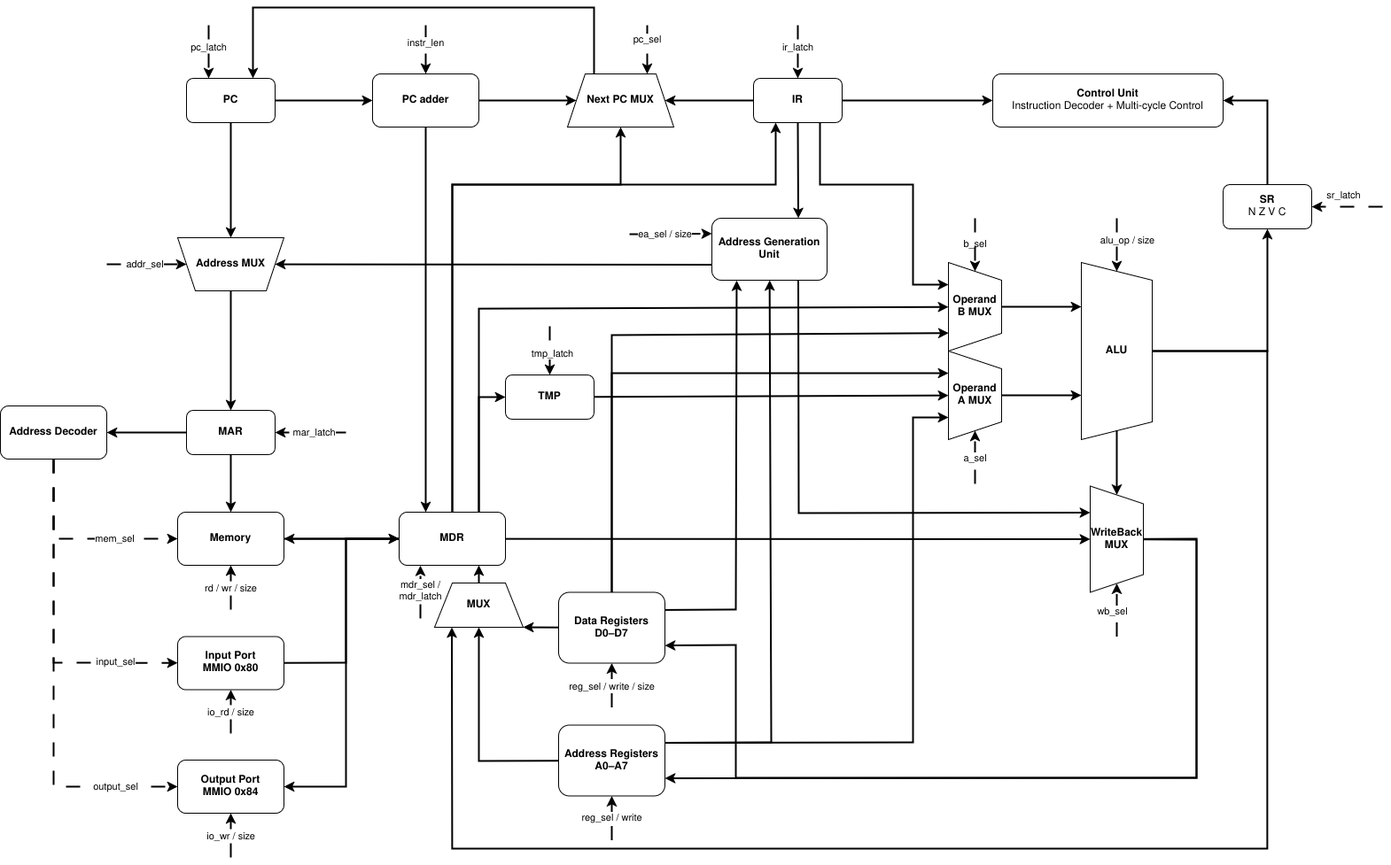
Earlier version of the draw.io export M68k.png (barmichevg/csa3-schema). Source tidied: cells renumbered, new cells last; positions are measured from the earlier drawing's top-left corner, leaving out a move shared by most shapes.
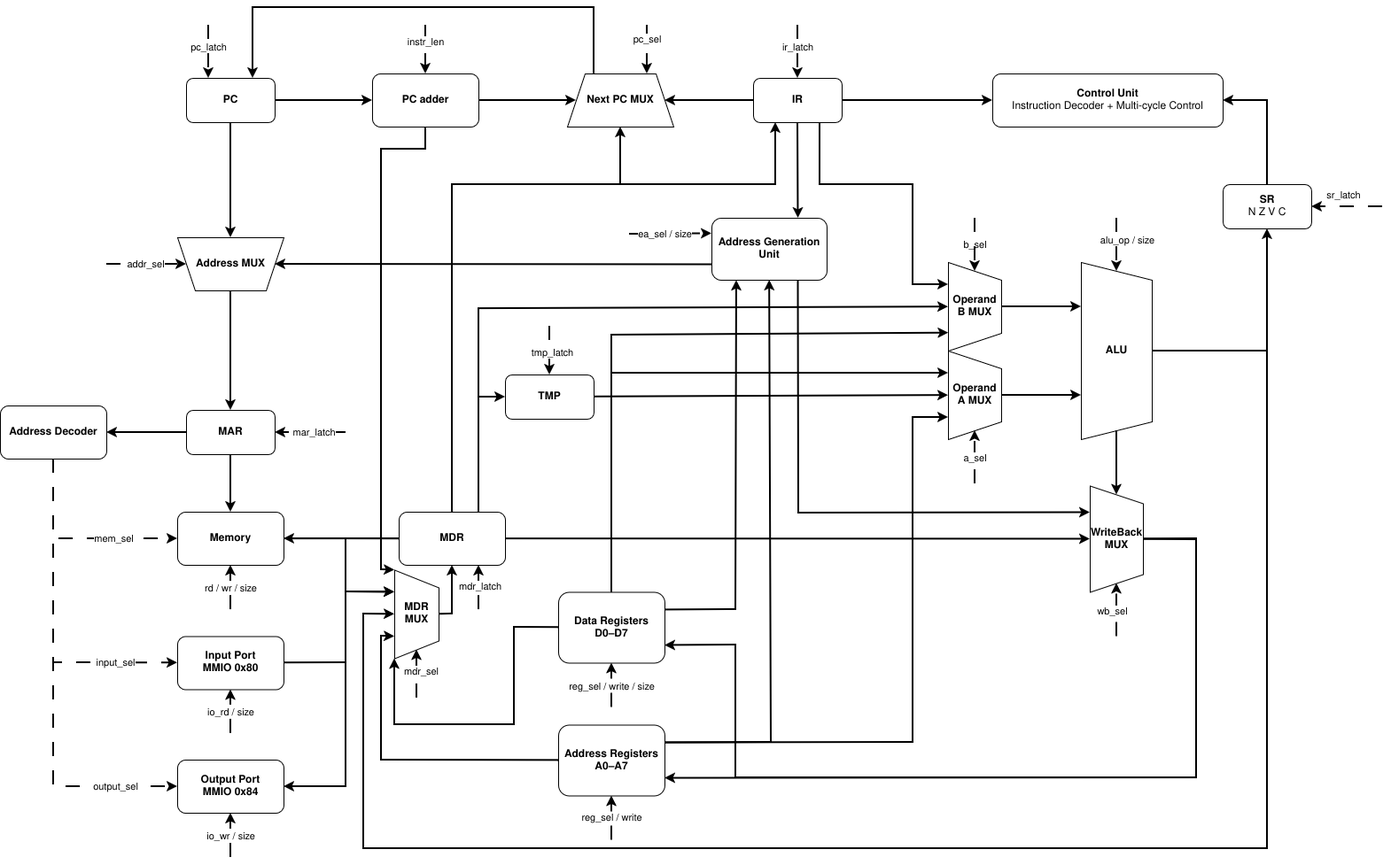
After the change.

The edit, as a diff of the source:
```diff
@@ -162,8 +162,14 @@
     <mxCell id="42" style="jettySize=auto;html=1;rounded=0;endArrow=classic;strokeWidth=2;labelBackgroundColor=none;fontColor=default;" parent="1" edge="1" source="3" target="7">
       <mxGeometry relative="1" as="geometry" />
     </mxCell>
-    <mxCell id="43" style="jettySize=auto;html=1;rounded=0;endArrow=classic;strokeWidth=2;labelBackgroundColor=none;fontColor=default;entryX=0.25;entryY=0;entryDx=0;entryDy=0;exitX=0.5;exitY=1;exitDx=0;exitDy=0;" parent="1" edge="1" source="4" target="13">
-      <mxGeometry relative="1" as="geometry" />
+    <mxCell id="43" style="jettySize=auto;html=1;rounded=0;endArrow=classic;strokeWidth=2;labelBackgroundColor=none;fontColor=default;exitX=0.5;exitY=1;exitDx=0;exitDy=0;entryX=0;entryY=1;entryDx=0;entryDy=0;" parent="1" edge="1" source="4" target="106">
+      <mxGeometry relative="1" as="geometry">
+        <Array as="points">
+          <mxPoint x="480" y="160" />
+          <mxPoint x="430" y="160" />
+          <mxPoint x="430" y="635" />
+        </Array>
+      </mxGeometry>
     </mxCell>
     <mxCell id="44" style="jettySize=auto;html=1;rounded=0;endArrow=classic;strokeWidth=2;labelBackgroundColor=none;fontColor=default;entryX=0.5;entryY=1;entryDx=0;entryDy=0;" parent="1" edge="1" source="13" target="5">
       <mxGeometry relative="1" as="geometry">
@@ -228,12 +234,12 @@
         <mxPoint x="-5" as="offset" />
       </mxGeometry>
     </mxCell>
-    <mxCell id="57" style="jettySize=auto;html=1;rounded=0;endArrow=classic;strokeWidth=2;labelBackgroundColor=none;fontColor=default;dashed=1;dashPattern=8 8;entryX=0.201;entryY=1.003;entryDx=0;entryDy=0;entryPerimeter=0;" parent="1" edge="1" target="13">
+    <mxCell id="57" style="jettySize=auto;html=1;rounded=0;endArrow=classic;strokeWidth=2;labelBackgroundColor=none;fontColor=default;dashed=1;dashPattern=8 8;entryX=0.75;entryY=1;entryDx=0;entryDy=0;" parent="1" edge="1" target="13">
       <mxGeometry relative="1" as="geometry">
-        <mxPoint x="474" y="690" as="sourcePoint" />
+        <mxPoint x="540" y="680" as="sourcePoint" />
       </mxGeometry>
     </mxCell>
-    <mxCell id="58" value="&lt;div&gt;mdr_sel /&lt;/div&gt;&lt;div&gt;mdr_latch&lt;/div&gt;" style="edgeLabel;html=1;align=center;verticalAlign=middle;labelBackgroundColor=default;" parent="57" vertex="1">
+    <mxCell id="58" value="&lt;div&gt;&amp;nbsp;mdr_latch&lt;/div&gt;" style="edgeLabel;html=1;align=center;verticalAlign=middle;labelBackgroundColor=default;" parent="57" vertex="1">
       <mxGeometry x="0.1" relative="1" as="geometry">
         <mxPoint y="1" as="offset" />
       </mxGeometry>
@@ -264,12 +270,13 @@
     <mxCell id="64" style="jettySize=auto;html=1;rounded=0;endArrow=classic;strokeWidth=2;labelBackgroundColor=none;fontColor=default;" parent="1" edge="1" source="7" target="8">
       <mxGeometry relative="1" as="geometry" />
     </mxCell>
-    <mxCell id="65" style="jettySize=auto;html=1;rounded=0;endArrow=classic;strokeWidth=2;labelBackgroundColor=none;fontColor=default;entryX=0.196;entryY=1.001;entryDx=0;entryDy=0;entryPerimeter=0;" parent="1" edge="1" source="20" target="106">
+    <mxCell id="65" style="jettySize=auto;html=1;rounded=0;endArrow=classic;strokeWidth=2;labelBackgroundColor=none;fontColor=default;entryX=0.5;entryY=1;entryDx=0;entryDy=0;" parent="1" edge="1" source="20" target="106">
       <mxGeometry relative="1" as="geometry">
         <Array as="points">
           <mxPoint x="1430" y="388" />
           <mxPoint x="1430" y="950" />
-          <mxPoint x="510" y="950" />
+          <mxPoint x="410" y="950" />
+          <mxPoint x="410" y="685" />
         </Array>
       </mxGeometry>
     </mxCell>
@@ -373,12 +380,19 @@
       </mxGeometry>
     </mxCell>
     <mxCell id="82" style="jettySize=auto;html=1;rounded=0;endArrow=classic;strokeWidth=2;labelBackgroundColor=none;fontColor=default;entryX=1;entryY=1;entryDx=0;entryDy=0;" parent="1" edge="1" source="14" target="106">
-      <mxGeometry relative="1" as="geometry" />
+      <mxGeometry relative="1" as="geometry">
+        <Array as="points">
+          <mxPoint x="580" y="700" />
+          <mxPoint x="580" y="810" />
+          <mxPoint x="445" y="810" />
+        </Array>
+      </mxGeometry>
     </mxCell>
-    <mxCell id="83" style="jettySize=auto;html=1;rounded=0;endArrow=classic;strokeWidth=2;labelBackgroundColor=none;fontColor=default;entryX=0.5;entryY=1;entryDx=0;entryDy=0;" parent="1" edge="1" source="15" target="106">
+    <mxCell id="83" style="jettySize=auto;html=1;rounded=0;endArrow=classic;strokeWidth=2;labelBackgroundColor=none;fontColor=default;entryX=0.75;entryY=1;entryDx=0;entryDy=0;" parent="1" edge="1" source="15" target="106">
       <mxGeometry relative="1" as="geometry">
         <Array as="points">
-          <mxPoint x="540" y="851" />
+          <mxPoint x="430" y="850" />
+          <mxPoint x="430" y="710" />
         </Array>
       </mxGeometry>
     </mxCell>
@@ -445,14 +459,15 @@
     <mxCell id="96" value="&lt;span style=&quot;&quot;&gt;io_wr&lt;/span&gt;&lt;span&gt; / size&lt;/span&gt;" style="edgeLabel;html=1;align=center;verticalAlign=middle;labelBackgroundColor=default;" parent="95" vertex="1">
       <mxGeometry x="-0.03" relative="1" as="geometry" />
     </mxCell>
-    <mxCell id="97" style="jettySize=auto;html=1;rounded=0;endArrow=classic;strokeWidth=2;labelBackgroundColor=none;fontColor=default;" parent="1" edge="1" source="10" target="13">
+    <mxCell id="97" style="jettySize=auto;html=1;rounded=0;endArrow=classic;strokeWidth=2;labelBackgroundColor=none;fontColor=default;entryX=0.25;entryY=1;entryDx=0;entryDy=0;" parent="1" edge="1" source="10" target="106">
       <mxGeometry relative="1" as="geometry">
         <Array as="points">
-          <mxPoint x="380" y="600" />
+          <mxPoint x="390" y="600" />
+          <mxPoint x="390" y="660" />
         </Array>
       </mxGeometry>
     </mxCell>
-    <mxCell id="98" style="jettySize=auto;html=1;rounded=0;endArrow=classic;strokeWidth=2;labelBackgroundColor=none;fontColor=default;" parent="1" edge="1" source="13" target="12">
+    <mxCell id="98" style="jettySize=auto;html=1;rounded=0;endArrow=classic;strokeWidth=2;labelBackgroundColor=none;fontColor=default;exitX=0;exitY=0.5;exitDx=0;exitDy=0;" parent="1" edge="1" source="13" target="12">
       <mxGeometry relative="1" as="geometry">
         <Array as="points">
           <mxPoint x="390" y="600" />
@@ -460,15 +475,15 @@
         </Array>
       </mxGeometry>
     </mxCell>
-    <mxCell id="99" style="jettySize=auto;html=1;rounded=0;endArrow=classic;strokeWidth=2;labelBackgroundColor=none;fontColor=default;" parent="1" edge="1" source="11" target="13">
+    <mxCell id="99" style="jettySize=auto;html=1;rounded=0;endArrow=classic;strokeWidth=2;labelBackgroundColor=none;fontColor=default;entryX=0.25;entryY=1;entryDx=0;entryDy=0;" parent="1" edge="1" source="11" target="106">
       <mxGeometry relative="1" as="geometry">
         <Array as="points">
           <mxPoint x="390" y="740" />
-          <mxPoint x="390" y="600" />
+          <mxPoint x="390" y="660" />
         </Array>
       </mxGeometry>
     </mxCell>
-    <mxCell id="100" style="jettySize=auto;html=1;rounded=0;endArrow=classic;strokeWidth=2;labelBackgroundColor=none;fontColor=default;" parent="1" edge="1" source="13" target="10">
+    <mxCell id="100" style="jettySize=auto;html=1;rounded=0;endArrow=classic;strokeWidth=2;labelBackgroundColor=none;fontColor=default;exitX=0;exitY=0.5;exitDx=0;exitDy=0;" parent="1" edge="1" source="13" target="10">
       <mxGeometry relative="1" as="geometry" />
     </mxCell>
     <mxCell id="101" style="jettySize=auto;html=1;rounded=0;endArrow=classic;strokeWidth=2;labelBackgroundColor=none;fontColor=default;" parent="1" edge="1" source="8" target="10">
@@ -494,11 +509,25 @@
         <mxPoint x="-11" as="offset" />
       </mxGeometry>
     </mxCell>
-    <mxCell id="106" value="MUX" style="shape=trapezoid;perimeter=trapezoidPerimeter;whiteSpace=wrap;html=1;fixedSize=1;direction=east;fontStyle=1;labelBackgroundColor=none;" parent="1" vertex="1">
-      <mxGeometry x="490" y="650" width="100" height="50" as="geometry" />
+    <mxCell id="106" value="MDR&lt;div&gt;MUX&lt;/div&gt;" style="shape=trapezoid;perimeter=trapezoidPerimeter;whiteSpace=wrap;html=1;fixedSize=1;direction=south;fontStyle=1;labelBackgroundColor=none;" parent="1" vertex="1">
+      <mxGeometry x="445" y="635.4" width="50" height="100" as="geometry" />
     </mxCell>
-    <mxCell id="107" style="jettySize=auto;html=1;rounded=0;endArrow=classic;strokeWidth=2;labelBackgroundColor=none;fontColor=default;entryX=0.75;entryY=1;entryDx=0;entryDy=0;exitX=0.5;exitY=0;exitDx=0;exitDy=0;" parent="1" edge="1" source="106" target="13">
-      <mxGeometry relative="1" as="geometry" />
+    <mxCell id="107" style="jettySize=auto;html=1;rounded=0;endArrow=classic;strokeWidth=2;labelBackgroundColor=none;fontColor=default;entryX=0.5;entryY=1;entryDx=0;entryDy=0;exitX=0.5;exitY=0;exitDx=0;exitDy=0;" parent="1" edge="1" source="106" target="13">
+      <mxGeometry relative="1" as="geometry">
+        <Array as="points">
+          <mxPoint x="510" y="685" />
+        </Array>
+      </mxGeometry>
     </mxCell>
+    <mxCell id="108" style="jettySize=auto;html=1;rounded=0;endArrow=classic;strokeWidth=2;labelBackgroundColor=none;fontColor=default;dashed=1;dashPattern=8 8;entryX=1;entryY=0.5;entryDx=0;entryDy=0;" parent="1" edge="1" target="106">
+      <mxGeometry relative="1" as="geometry">
+        <mxPoint x="470" y="780" as="sourcePoint" />
+      </mxGeometry>
+    </mxCell>
+    <mxCell id="109" value="mdr_sel" style="edgeLabel;html=1;align=center;verticalAlign=middle;labelBackgroundColor=default;" parent="108" vertex="1">
+      <mxGeometry x="0.1" relative="1" as="geometry">
+        <mxPoint x="5" as="offset" />
+      </mxGeometry>
+    </mxCell>
   </root>
 </mxGraphModel>
```
